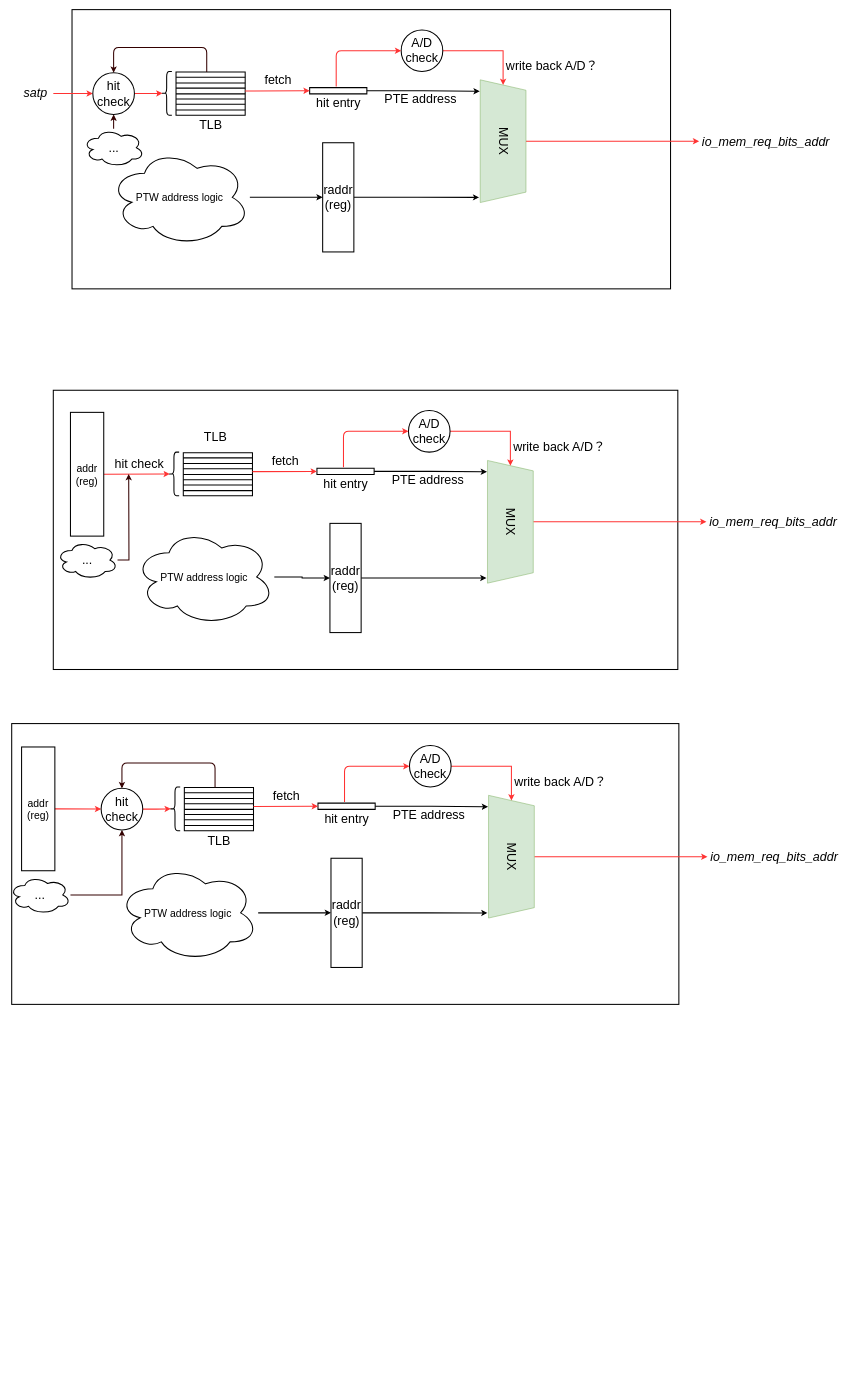
This is dc.drawio from happy-lx/drawio, a draw.io file, before an edit. Source tidied: cells renumbered, new cells numbered last; positions are measured from the earlier drawing's top-left corner, leaving out a move shared by most shapes. Both pictures are drawn from the tidied source at 52%, with x=0, y=0 at pixel (9, 9).
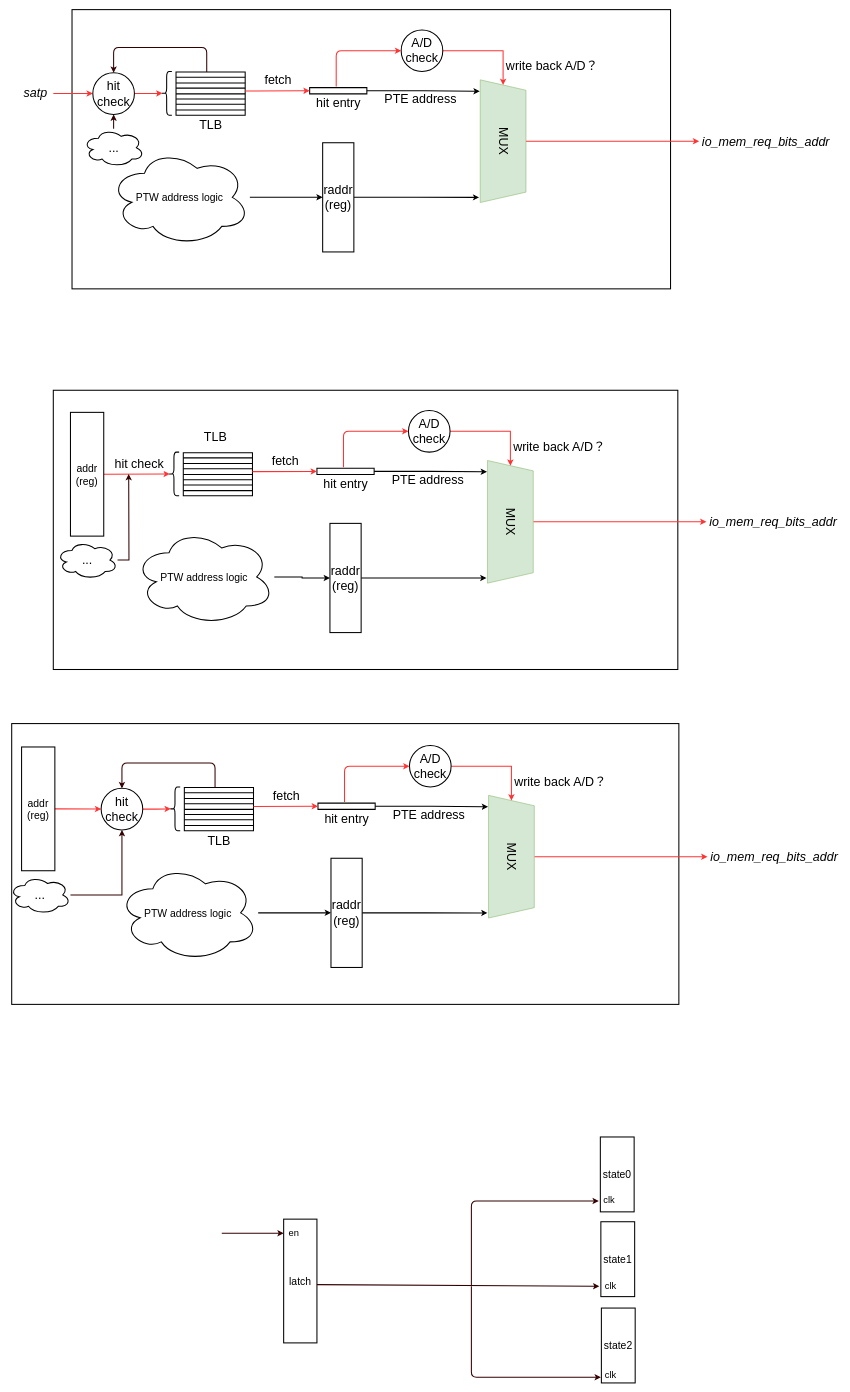
Above is the later version.

The edit, as a diff of the source:
```diff
@@
+    <mxCell id="138" value="&lt;div class=&quot;lake-content&quot; style=&quot;font-size: 20px&quot;&gt;latch&lt;/div&gt;" style="rounded=0;whiteSpace=wrap;html=1;strokeColor=#000000;strokeWidth=2;" parent="1" vertex="1">
+      <mxGeometry x="527" y="2326" width="64" height="238" as="geometry" />
+    </mxCell>
+    <mxCell id="139" value="&lt;div class=&quot;lake-content&quot; style=&quot;font-size: 20px&quot;&gt;state0&lt;/div&gt;" style="rounded=0;whiteSpace=wrap;html=1;strokeColor=#000000;strokeWidth=2;" parent="1" vertex="1">
+      <mxGeometry x="1136" y="2168" width="65" height="144" as="geometry" />
+    </mxCell>
+    <mxCell id="140" value="&lt;div class=&quot;lake-content&quot; style=&quot;font-size: 20px&quot;&gt;state1&lt;/div&gt;" style="rounded=0;whiteSpace=wrap;html=1;strokeColor=#000000;strokeWidth=2;" parent="1" vertex="1">
+      <mxGeometry x="1137" y="2331" width="65" height="144" as="geometry" />
+    </mxCell>
+    <mxCell id="141" value="&lt;div class=&quot;lake-content&quot; style=&quot;font-size: 20px&quot;&gt;state2&lt;/div&gt;" style="rounded=0;whiteSpace=wrap;html=1;strokeColor=#000000;strokeWidth=2;" parent="1" vertex="1">
+      <mxGeometry x="1138" y="2497" width="65" height="144" as="geometry" />
+    </mxCell>
+    <mxCell id="142" style="edgeStyle=segmentEdgeStyle;endArrow=classic;html=1;strokeColor=#330000;strokeWidth=2;" parent="1" edge="1">
+      <mxGeometry relative="1" as="geometry">
+        <mxPoint x="888" y="2453" as="sourcePoint" />
+        <mxPoint x="1133" y="2291" as="targetPoint" />
+        <Array as="points">
+          <mxPoint x="888" y="2291" />
+          <mxPoint x="1133" y="2291" />
+        </Array>
+      </mxGeometry>
+    </mxCell>
+    <mxCell id="143" style="endArrow=classic;html=1;strokeColor=#330000;strokeWidth=2;exitX=1;exitY=0.529;exitDx=0;exitDy=0;exitPerimeter=0;entryX=-0.046;entryY=0.861;entryDx=0;entryDy=0;entryPerimeter=0;" parent="1" edge="1" source="138" target="140">
+      <mxGeometry relative="1" as="geometry" />
+    </mxCell>
+    <mxCell id="144" style="edgeStyle=segmentEdgeStyle;endArrow=classic;html=1;strokeColor=#330000;strokeWidth=2;" parent="1" edge="1">
+      <mxGeometry relative="1" as="geometry">
+        <mxPoint x="888" y="2455" as="sourcePoint" />
+        <mxPoint x="1137" y="2630" as="targetPoint" />
+        <Array as="points">
+          <mxPoint x="888" y="2630" />
+          <mxPoint x="1137" y="2630" />
+        </Array>
+      </mxGeometry>
+    </mxCell>
+    <mxCell id="145" value="&lt;font style=&quot;font-size: 18px&quot;&gt;clk&lt;/font&gt;" style="text;html=1;strokeColor=none;fillColor=none;align=center;verticalAlign=middle;whiteSpace=wrap;rounded=0;" parent="1" vertex="1">
+      <mxGeometry x="1133" y="2280" width="40" height="20" as="geometry" />
+    </mxCell>
+    <mxCell id="146" value="&lt;font style=&quot;font-size: 18px&quot;&gt;clk&lt;/font&gt;" style="text;html=1;strokeColor=none;fillColor=none;align=center;verticalAlign=middle;whiteSpace=wrap;rounded=0;" parent="1" vertex="1">
+      <mxGeometry x="1136" y="2445" width="40" height="20" as="geometry" />
+    </mxCell>
+    <mxCell id="147" value="&lt;font style=&quot;font-size: 18px&quot;&gt;clk&lt;/font&gt;" style="text;html=1;strokeColor=none;fillColor=none;align=center;verticalAlign=middle;whiteSpace=wrap;rounded=0;" parent="1" vertex="1">
+      <mxGeometry x="1136" y="2616" width="40" height="20" as="geometry" />
+    </mxCell>
+    <mxCell id="148" value="&lt;font style=&quot;font-size: 18px&quot;&gt;en&lt;/font&gt;" style="text;html=1;strokeColor=none;fillColor=none;align=center;verticalAlign=middle;whiteSpace=wrap;rounded=0;" parent="1" vertex="1">
+      <mxGeometry x="527" y="2343" width="40" height="20" as="geometry" />
+    </mxCell>
+    <mxCell id="149" style="endArrow=classic;html=1;strokeColor=#330000;strokeWidth=2;entryX=0;entryY=0.5;entryDx=0;entryDy=0;" parent="1" edge="1" target="148">
+      <mxGeometry relative="1" as="geometry">
+        <mxPoint x="408" y="2353" as="sourcePoint" />
+      </mxGeometry>
+    </mxCell>
```
